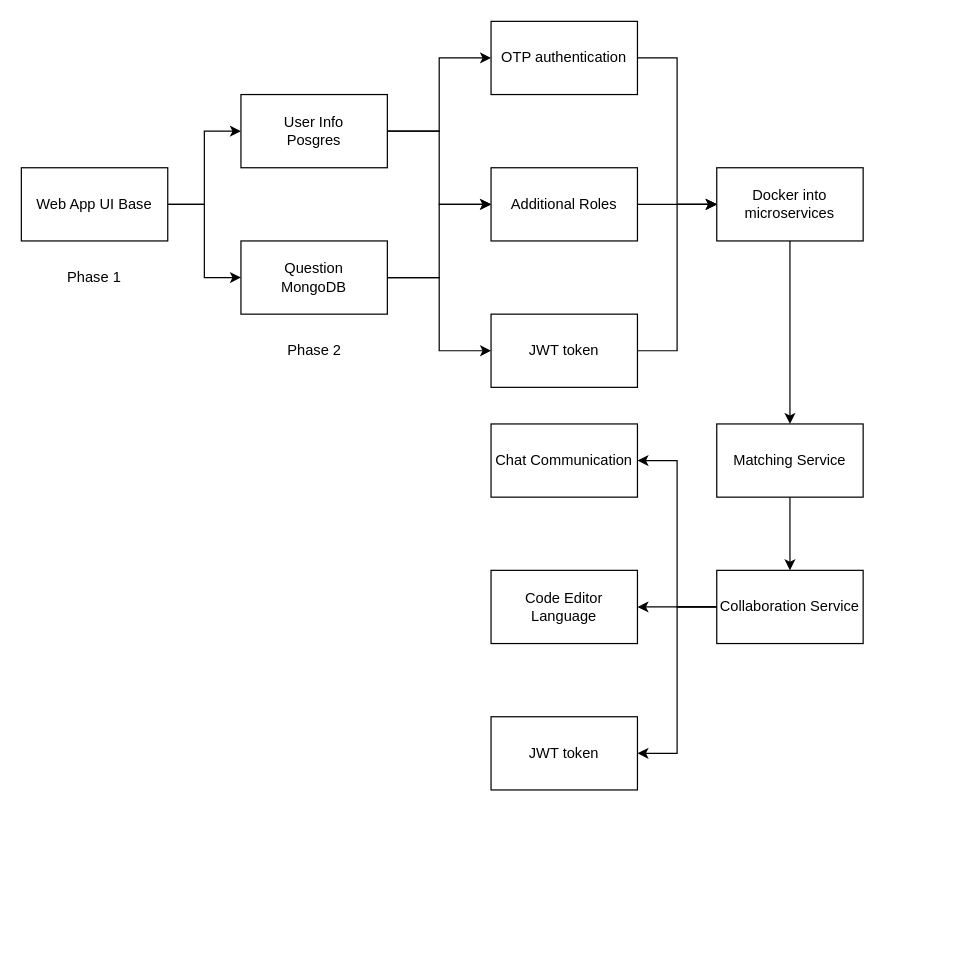
Above: Development-process.drawio in shaniceng/DrawIODiagrams (draw.io), before the change. Source tidied: cells renumbered, new cells numbered last; positions are measured from the earlier drawing's top-left corner, leaving out a move shared by most shapes. Both pictures are drawn from the tidied source at 122%, with x=0, y=0 at pixel (21, 21).
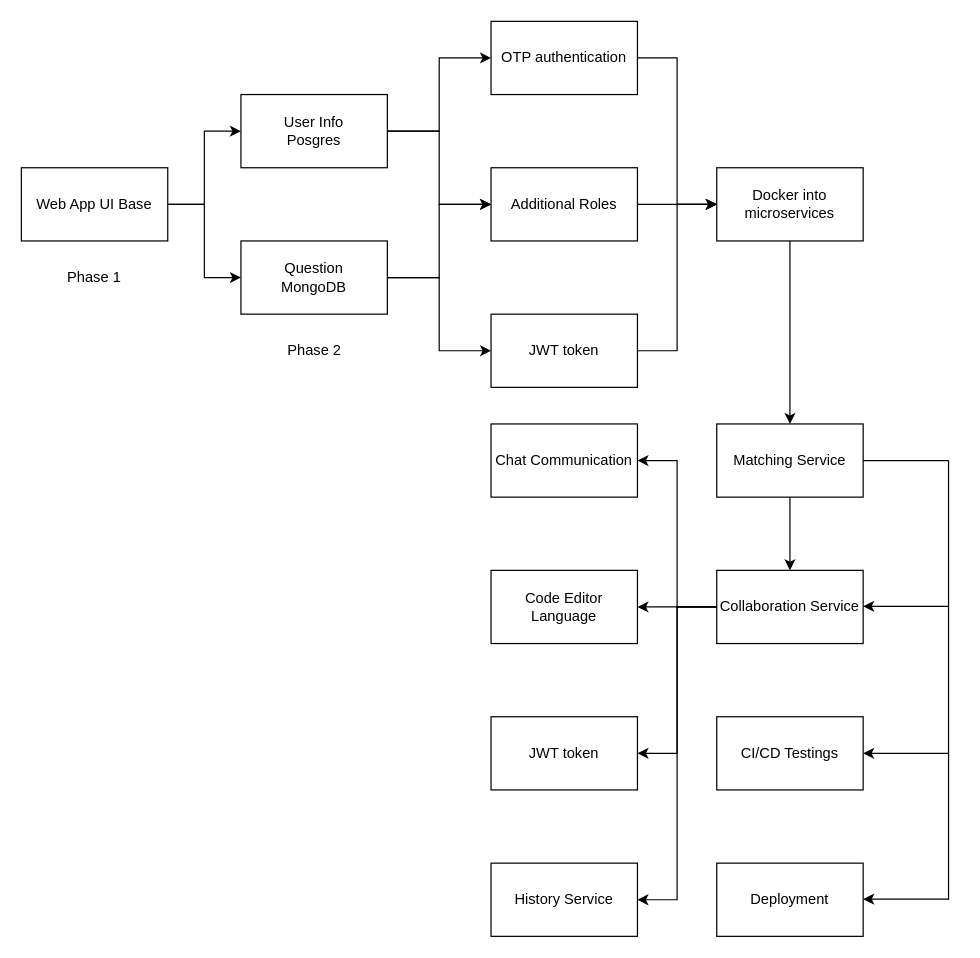
After the change.

Unchanged cells that the change refers to:
```xml
<mxCell id="25" value="Matching Service" style="rounded=0;whiteSpace=wrap;html=1;" parent="1" vertex="1">
  <mxGeometry x="570" y="330" width="120" height="60" as="geometry" />
</mxCell>
<mxCell id="29" value="Collaboration Service" style="rounded=0;whiteSpace=wrap;html=1;" parent="1" vertex="1">
  <mxGeometry x="570" y="450" width="120" height="60" as="geometry" />
</mxCell>
```

Change to the diagram source:
```diff
@@
+    <mxCell id="30" style="edgeStyle=orthogonalEdgeStyle;rounded=0;jettySize=auto;html=1;entryX=1;entryY=0.5;entryDx=0;entryDy=0;" parent="1" edge="1" source="29" target="31">
+      <mxGeometry relative="1" as="geometry" />
+    </mxCell>
@@
+    <mxCell id="31" value="History Service" style="rounded=0;whiteSpace=wrap;html=1;" parent="1" vertex="1">
+      <mxGeometry x="385" y="690" width="120" height="60" as="geometry" />
+    </mxCell>
+    <mxCell id="32" value="CI/CD Testings" style="rounded=0;whiteSpace=wrap;html=1;" parent="1" vertex="1">
+      <mxGeometry x="570" y="570" width="120" height="60" as="geometry" />
+    </mxCell>
+    <mxCell id="33" value="Deployment" style="rounded=0;whiteSpace=wrap;html=1;" parent="1" vertex="1">
+      <mxGeometry x="570" y="690" width="120" height="60" as="geometry" />
+    </mxCell>
+    <mxCell id="34" style="endArrow=none;html=1;rounded=0;exitX=1;exitY=0.5;exitDx=0;exitDy=0;" parent="1" edge="1" source="25">
+      <mxGeometry relative="1" as="geometry">
+        <mxPoint x="760" y="360" as="targetPoint" />
+      </mxGeometry>
+    </mxCell>
+    <mxCell id="35" style="endArrow=none;html=1;rounded=0;" parent="1" edge="1">
+      <mxGeometry relative="1" as="geometry">
+        <mxPoint x="760" y="360" as="sourcePoint" />
+        <mxPoint x="760" y="720" as="targetPoint" />
+      </mxGeometry>
+    </mxCell>
+    <mxCell id="36" style="endArrow=classic;html=1;rounded=0;" parent="1" edge="1">
+      <mxGeometry relative="1" as="geometry">
+        <mxPoint x="760" y="600" as="sourcePoint" />
+        <mxPoint x="690" y="600" as="targetPoint" />
+      </mxGeometry>
+    </mxCell>
+    <mxCell id="37" style="endArrow=classic;html=1;rounded=0;" parent="1" edge="1">
+      <mxGeometry relative="1" as="geometry">
+        <mxPoint x="760" y="719.5" as="sourcePoint" />
+        <mxPoint x="690" y="719.5" as="targetPoint" />
+      </mxGeometry>
+    </mxCell>
+    <mxCell id="38" style="endArrow=classic;html=1;rounded=0;" parent="1" edge="1">
+      <mxGeometry relative="1" as="geometry">
+        <mxPoint x="760" y="479.5" as="sourcePoint" />
+        <mxPoint x="690" y="479.5" as="targetPoint" />
+      </mxGeometry>
+    </mxCell>
```
